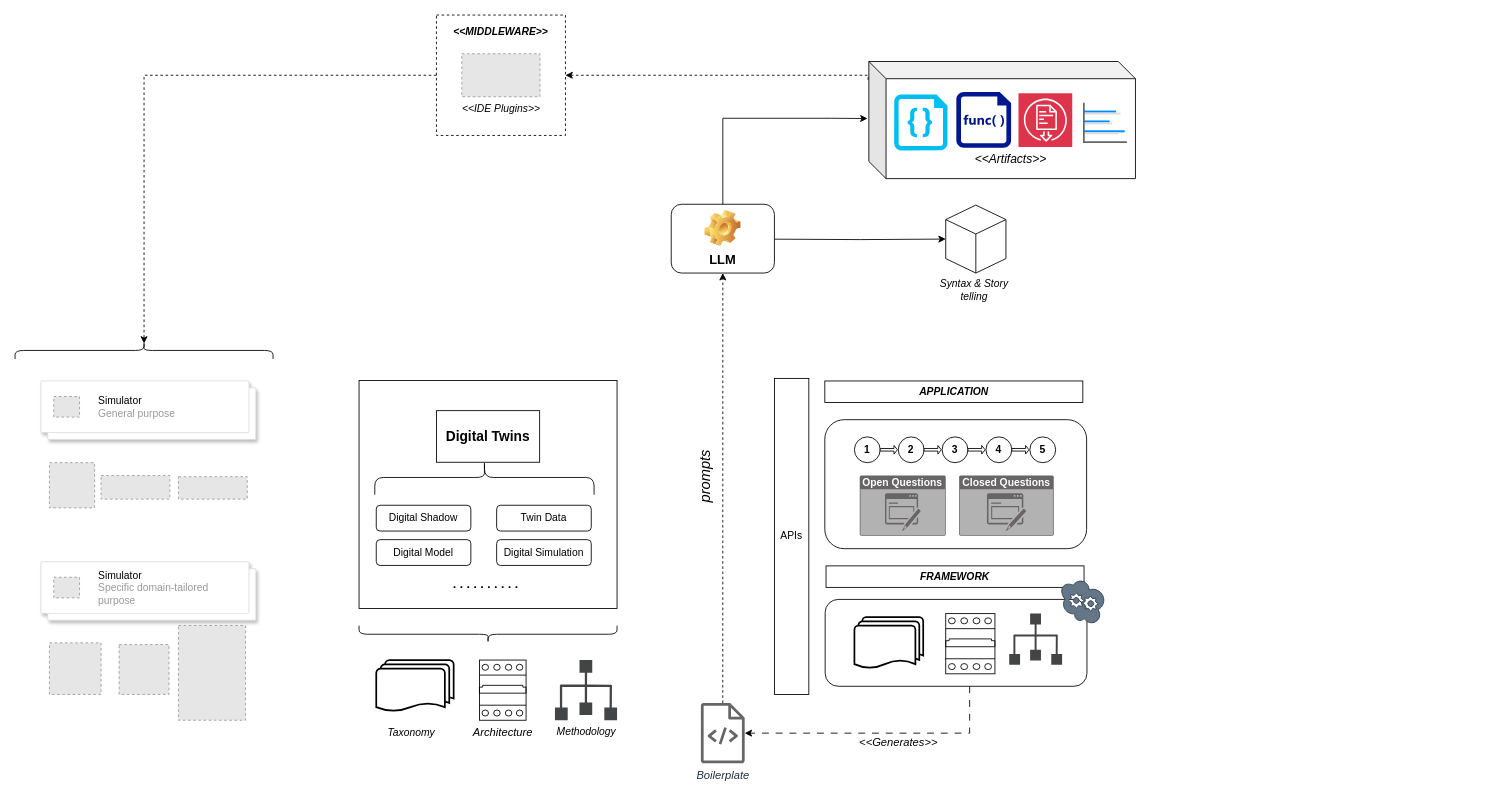
Earlier version of the draw.io diagram drawio/mams/dd-twins/DDTwins_Architecture.drawio (scrodrig/Diagrams). Source tidied: cells renumbered, new cells numbered last; positions are measured from the earlier drawing's top-left corner, leaving out a move shared by most shapes. Both pictures are drawn from the tidied source at 86%, with x=0, y=0 at pixel (40, 15). Pictures stored in the file or linked from it are replaced by grey dashed boxes.
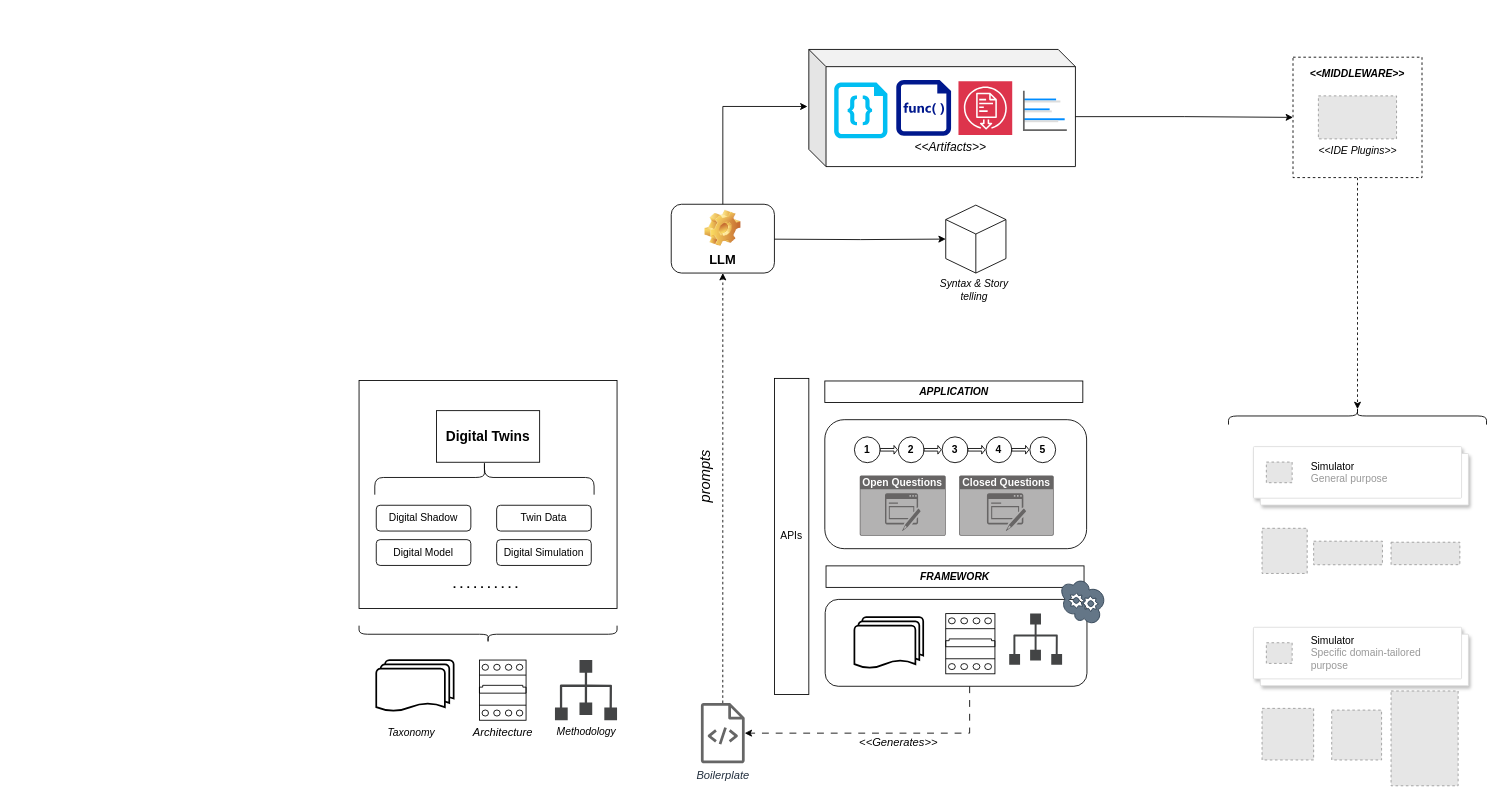
The same page after the edit.

Commit message:
Move artifacts and add middle layers

The change refers to these unchanged cells:
```xml
<mxCell id="15" value="&lt;font style=&quot;font-size: 15px;&quot;&gt;LLM&lt;/font&gt;" style="label;whiteSpace=wrap;html=1;align=center;verticalAlign=bottom;spacingLeft=0;spacingBottom=4;imageAlign=center;imageVerticalAlign=top;image=img/clipart/Gear_128x128.png;" parent="1" vertex="1">
  <mxGeometry x="733" y="220" width="120" height="80" as="geometry" />
</mxCell>
<mxCell id="46" value="&lt;i&gt;&lt;br&gt;&lt;br&gt;&lt;br&gt;&lt;br&gt;&lt;br&gt;&lt;font style=&quot;font-size: 14px;&quot;&gt;&amp;lt;&amp;lt;Artifacts&amp;gt;&amp;gt;&lt;/font&gt;&lt;/i&gt;" style="shape=cube;whiteSpace=wrap;html=1;boundedLbl=1;backgroundOutline=1;darkOpacity=0.05;darkOpacity2=0.1;" parent="45" vertex="1">
  <mxGeometry width="310" height="136.2" as="geometry" />
</mxCell>
```

What changed in the source:
```diff
@@
     <mxCell id="45" style="group;" parent="1" vertex="1">
-      <mxGeometry x="962.8" y="54" width="320" height="136.2" as="geometry" />
+      <mxGeometry x="893" y="40" width="320" height="136.2" as="geometry" />
     </mxCell>
@@
     <mxCell id="51" style="edgeStyle=orthogonalEdgeStyle;rounded=0;jettySize=auto;html=1;entryX=-0.005;entryY=0.487;entryDx=0;entryDy=0;entryPerimeter=0;" parent="1" edge="1" source="15" target="46">
       <mxGeometry relative="1" as="geometry">
         <Array as="points">
-          <mxPoint x="793" y="120" />
-          <mxPoint x="919" y="120" />
+          <mxPoint x="793" y="106" />
         </Array>
       </mxGeometry>
     </mxCell>
@@
     <mxCell id="53" style="shape=curlyBracket;whiteSpace=wrap;html=1;rounded=1;flipH=1;labelPosition=right;verticalLabelPosition=middle;align=left;verticalAlign=middle;rotation=-90;size=0.5;" parent="1" vertex="1">
-      <mxGeometry x="110" y="240" width="20" height="300" as="geometry" />
+      <mxGeometry x="1521" y="316.2" width="20" height="300" as="geometry" />
     </mxCell>
     <mxCell id="54" style="shape=mxgraph.gcp2.doubleRect;strokeColor=#dddddd;shadow=1;strokeWidth=1;rounded=1;absoluteArcSize=1;arcSize=2;" parent="1" vertex="1">
-      <mxGeometry y="425.5" width="250" height="68" as="geometry" />
+      <mxGeometry x="1410" y="501.8" width="250" height="68" as="geometry" />
     </mxCell>
@@
     <mxCell id="56" style="shape=mxgraph.gcp2.doubleRect;strokeColor=#dddddd;shadow=1;strokeWidth=1;rounded=1;absoluteArcSize=1;arcSize=2;" parent="1" vertex="1">
-      <mxGeometry y="635.7" width="250" height="68" as="geometry" />
+      <mxGeometry x="1410" y="711.9" width="250" height="68" as="geometry" />
     </mxCell>
@@
     <mxCell id="58" style="fillColor=#E6E6E6;strokeColor=#999999;dashed=1;verticalLabelPosition=bottom;verticalAlign=top;" parent="1" vertex="1">
-      <mxGeometry x="10" y="520.5" width="52.5" height="52.5" as="geometry" />
+      <mxGeometry x="1420" y="596.8" width="52.5" height="52.5" as="geometry" />
     </mxCell>
     <mxCell id="59" style="fillColor=#E6E6E6;strokeColor=#999999;dashed=1;verticalLabelPosition=bottom;verticalAlign=top;" parent="1" vertex="1">
-      <mxGeometry x="70" y="535.5" width="80" height="27.4" as="geometry" />
+      <mxGeometry x="1480" y="611.8" width="80" height="27.4" as="geometry" />
     </mxCell>
     <mxCell id="60" style="fillColor=#E6E6E6;strokeColor=#999999;dashed=1;verticalLabelPosition=bottom;verticalAlign=top;" parent="1" vertex="1">
-      <mxGeometry x="160" y="536.8" width="80" height="26.1" as="geometry" />
+      <mxGeometry x="1570" y="613" width="80" height="26.1" as="geometry" />
     </mxCell>
     <mxCell id="61" style="fillColor=#E6E6E6;strokeColor=#999999;dashed=1;verticalLabelPosition=bottom;verticalAlign=top;" parent="1" vertex="1">
-      <mxGeometry x="10" y="730" width="60" height="60" as="geometry" />
+      <mxGeometry x="1420" y="806.2" width="60" height="60" as="geometry" />
     </mxCell>
     <mxCell id="62" style="fillColor=#E6E6E6;strokeColor=#999999;dashed=1;verticalLabelPosition=bottom;verticalAlign=top;" parent="1" vertex="1">
-      <mxGeometry x="91" y="732" width="58" height="58" as="geometry" />
+      <mxGeometry x="1501" y="808.2" width="58" height="58" as="geometry" />
     </mxCell>
     <mxCell id="63" style="fillColor=#E6E6E6;strokeColor=#999999;dashed=1;verticalLabelPosition=bottom;verticalAlign=top;" parent="1" vertex="1">
-      <mxGeometry x="160" y="709.8" width="78" height="110.2" as="geometry" />
+      <mxGeometry x="1570" y="786" width="78" height="110.2" as="geometry" />
     </mxCell>
+    <mxCell id="66" style="edgeStyle=orthogonalEdgeStyle;rounded=0;jettySize=auto;html=1;entryX=0.1;entryY=0.5;entryDx=0;entryDy=0;entryPerimeter=0;dashed=1;" parent="1" edge="1" source="64" target="53">
+      <mxGeometry relative="1" as="geometry" />
+    </mxCell>
+    <mxCell id="68" style="group;" parent="1" vertex="1">
+      <mxGeometry x="1456" y="49" width="150" height="140" as="geometry" />
+    </mxCell>
-    <mxCell id="64" value="&lt;b&gt;&lt;i&gt;&amp;lt;&amp;lt;MIDDLEWARE&amp;gt;&amp;gt;&lt;/i&gt;&lt;/b&gt;&lt;div&gt;&lt;b&gt;&lt;br&gt;&lt;/b&gt;&lt;/div&gt;&lt;div&gt;&lt;b&gt;&lt;br&gt;&lt;/b&gt;&lt;/div&gt;&lt;div&gt;&lt;br&gt;&lt;/div&gt;&lt;div&gt;&lt;b&gt;&lt;br&gt;&lt;/b&gt;&lt;/div&gt;&lt;div&gt;&lt;b&gt;&lt;br&gt;&lt;/b&gt;&lt;/div&gt;&lt;div&gt;&lt;b&gt;&lt;br&gt;&lt;/b&gt;&lt;/div&gt;&lt;div&gt;&lt;b&gt;&lt;br&gt;&lt;/b&gt;&lt;/div&gt;" style="rounded=0;whiteSpace=wrap;html=1;dashed=1;" parent="1" vertex="1">
-      <mxGeometry x="460" width="150" height="140" as="geometry" />
+    <mxCell id="64" value="&lt;b&gt;&lt;i&gt;&amp;lt;&amp;lt;MIDDLEWARE&amp;gt;&amp;gt;&lt;/i&gt;&lt;/b&gt;&lt;div&gt;&lt;b&gt;&lt;br&gt;&lt;/b&gt;&lt;/div&gt;&lt;div&gt;&lt;b&gt;&lt;br&gt;&lt;/b&gt;&lt;/div&gt;&lt;div&gt;&lt;br&gt;&lt;/div&gt;&lt;div&gt;&lt;b&gt;&lt;br&gt;&lt;/b&gt;&lt;/div&gt;&lt;div&gt;&lt;b&gt;&lt;br&gt;&lt;/b&gt;&lt;/div&gt;&lt;div&gt;&lt;b&gt;&lt;br&gt;&lt;/b&gt;&lt;/div&gt;&lt;div&gt;&lt;b&gt;&lt;br&gt;&lt;/b&gt;&lt;/div&gt;" style="rounded=0;whiteSpace=wrap;html=1;dashed=1;" parent="68" vertex="1">
+      <mxGeometry width="150" height="140" as="geometry" />
     </mxCell>
+    <mxCell id="67" value="&lt;i&gt;&amp;lt;&amp;lt;IDE Plugins&amp;gt;&amp;gt;&lt;/i&gt;" style="fillColor=#E6E6E6;strokeColor=#999999;dashed=1;html=1;verticalLabelPosition=bottom;labelBackgroundColor=#ffffff;verticalAlign=top;" parent="68" vertex="1">
+      <mxGeometry x="29.5" y="45" width="90.9" height="50" as="geometry" />
+    </mxCell>
-    <mxCell id="65" style="edgeStyle=orthogonalEdgeStyle;rounded=0;jettySize=auto;html=1;entryX=1;entryY=0.5;entryDx=0;entryDy=0;exitX=-0.003;exitY=0.156;exitDx=0;exitDy=0;exitPerimeter=0;dashed=1;" parent="1" edge="1" source="46" target="64">
-      <mxGeometry relative="1" as="geometry">
-        <Array as="points">
-          <mxPoint x="962" y="70" />
-        </Array>
-      </mxGeometry>
+    <mxCell id="65" style="edgeStyle=orthogonalEdgeStyle;rounded=0;jettySize=auto;html=1;exitX=0;exitY=0;exitDx=310;exitDy=78.125;exitPerimeter=0;entryX=0;entryY=0.5;entryDx=0;entryDy=0;" parent="1" edge="1" source="46" target="64">
+      <mxGeometry relative="1" as="geometry" />
     </mxCell>
-    <mxCell id="66" style="edgeStyle=orthogonalEdgeStyle;rounded=0;jettySize=auto;html=1;entryX=0.1;entryY=0.5;entryDx=0;entryDy=0;entryPerimeter=0;dashed=1;" parent="1" edge="1" source="64" target="53">
-      <mxGeometry relative="1" as="geometry" />
-    </mxCell>
-    <mxCell id="67" value="&lt;i&gt;&amp;lt;&amp;lt;IDE Plugins&amp;gt;&amp;gt;&lt;/i&gt;" style="fillColor=#E6E6E6;strokeColor=#999999;dashed=1;html=1;verticalLabelPosition=bottom;labelBackgroundColor=#ffffff;verticalAlign=top;" parent="1" vertex="1">
-      <mxGeometry x="489.5" y="45" width="90.9" height="50" as="geometry" />
-    </mxCell>
```
